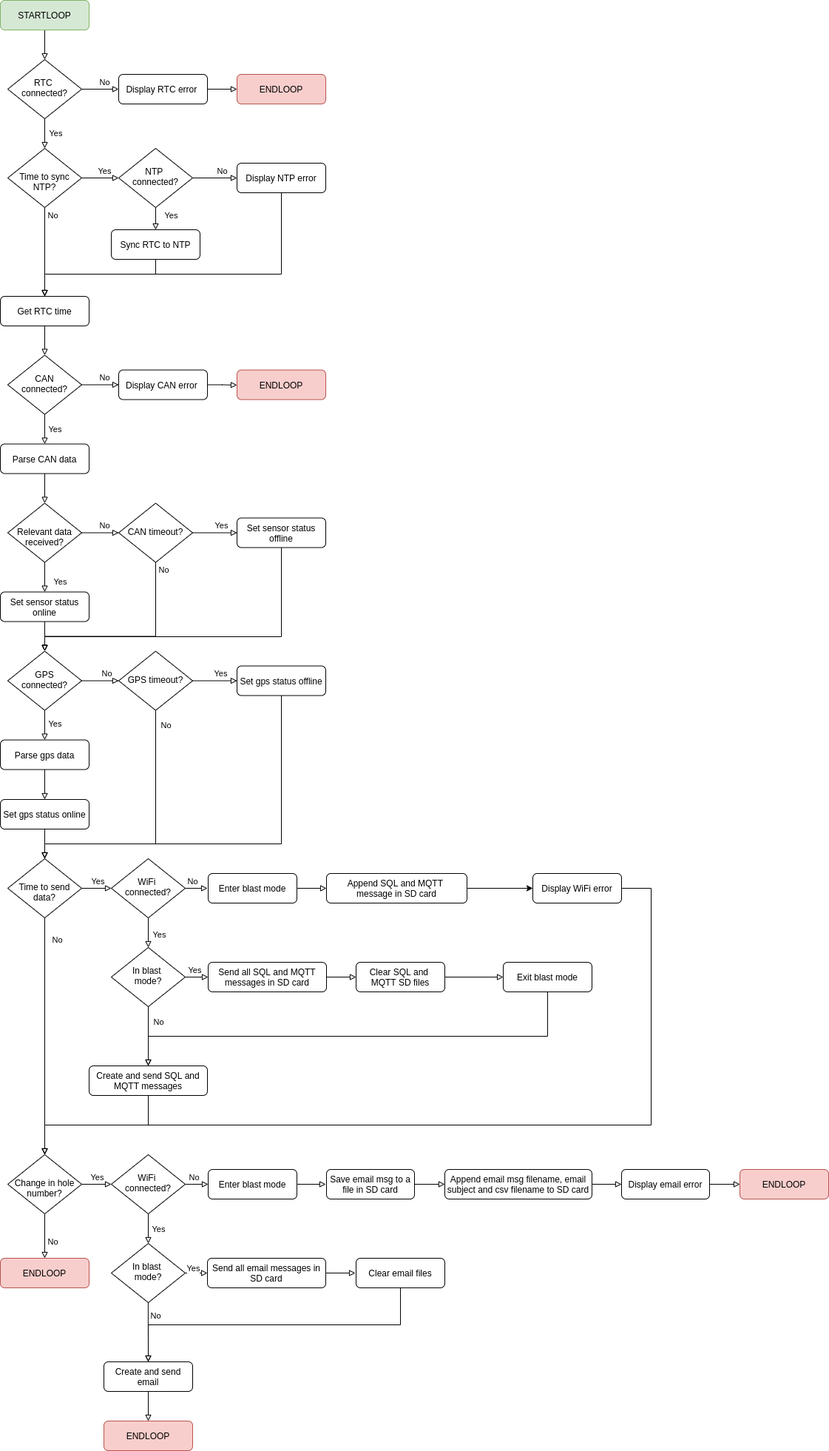
Above: HDB_IoT_flowchart.png in kaitlynng/HDB_IoT (draw.io), before the change. Source tidied: cells renumbered, new cells last; positions are measured from the earlier drawing's top-left corner, leaving out a move shared by most shapes.
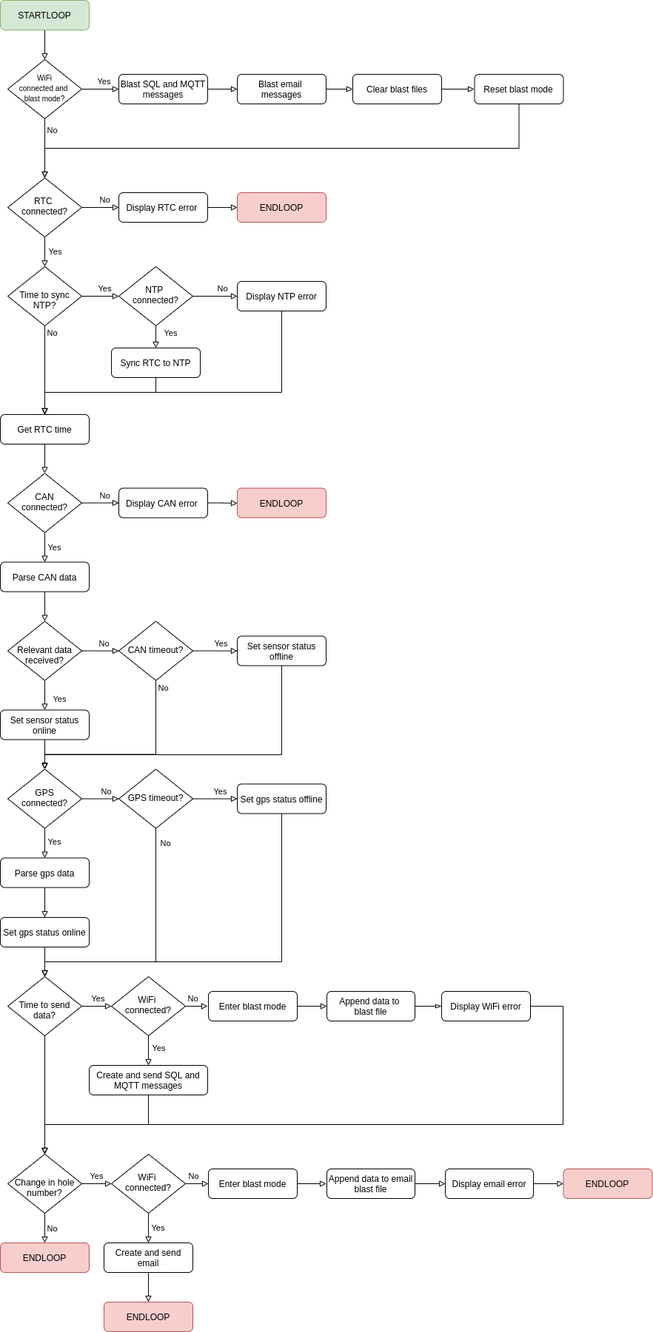
Later version of the same file.

The edit, as a diff of the source:
```diff
@@ -4,7 +4,7 @@
     <mxCell id="1" parent="0" />
-    <mxCell id="2" style="edgeStyle=orthogonalEdgeStyle;rounded=0;jettySize=auto;html=1;entryX=0.5;entryY=0;entryDx=0;entryDy=0;endArrow=block;endFill=0;" parent="1" edge="1" source="3" target="8">
-      <mxGeometry relative="1" as="geometry" />
-    </mxCell>
+    <mxCell id="129" style="edgeStyle=orthogonalEdgeStyle;rounded=0;jettySize=auto;html=1;entryX=0.5;entryY=0;entryDx=0;entryDy=0;endArrow=block;endFill=0;" parent="1" edge="1" source="3" target="136">
+      <mxGeometry relative="1" as="geometry" />
+    </mxCell>
     <mxCell id="3" value="STARTLOOP" style="rounded=1;whiteSpace=wrap;html=1;fontSize=12;glass=0;strokeWidth=1;shadow=0;fillColor=#d5e8d4;strokeColor=#82b366;" parent="1" vertex="1">
-      <mxGeometry width="120" height="40" as="geometry" />
+      <mxGeometry y="-160" width="120" height="40" as="geometry" />
     </mxCell>
@@ -229,16 +229,8 @@
     </mxCell>
-    <mxCell id="57" style="edgeStyle=orthogonalEdgeStyle;rounded=0;jettySize=auto;html=1;entryX=0;entryY=0.5;entryDx=0;entryDy=0;" parent="1" edge="1" source="58" target="106">
+    <mxCell id="57" style="edgeStyle=orthogonalEdgeStyle;rounded=0;jettySize=auto;html=1;entryX=0;entryY=0.5;entryDx=0;entryDy=0;endArrow=blockThin;endFill=0;" parent="1" edge="1" source="58" target="106">
       <mxGeometry relative="1" as="geometry" />
     </mxCell>
-    <mxCell id="58" value="Append SQL and MQTT &lt;br&gt;message in SD card" style="rounded=1;whiteSpace=wrap;html=1;fontSize=12;glass=0;strokeWidth=1;shadow=0;" parent="1" vertex="1">
-      <mxGeometry x="441" y="1180" width="190" height="40" as="geometry" />
+    <mxCell id="58" value="Append data to &lt;br&gt;blast file" style="rounded=1;whiteSpace=wrap;html=1;fontSize=12;glass=0;strokeWidth=1;shadow=0;" parent="1" vertex="1">
+      <mxGeometry x="441" y="1180" width="119" height="40" as="geometry" />
     </mxCell>
-    <mxCell id="59" style="edgeStyle=orthogonalEdgeStyle;rounded=0;jettySize=auto;html=1;entryX=0.5;entryY=0;entryDx=0;entryDy=0;endArrow=block;endFill=0;" parent="1" edge="1" source="63" target="104">
-      <mxGeometry relative="1" as="geometry" />
-    </mxCell>
-    <mxCell id="60" value="Yes" style="edgeLabel;html=1;align=center;verticalAlign=middle;" parent="59" vertex="1">
-      <mxGeometry x="0.73" y="-1" relative="1" as="geometry">
-        <mxPoint x="15" y="-13" as="offset" />
-      </mxGeometry>
-    </mxCell>
     <mxCell id="61" style="edgeStyle=orthogonalEdgeStyle;rounded=0;jettySize=auto;html=1;endArrow=block;endFill=0;" parent="1" edge="1" source="63">
@@ -253,2 +245,10 @@
     </mxCell>
+    <mxCell id="130" style="edgeStyle=orthogonalEdgeStyle;rounded=0;jettySize=auto;html=1;exitX=0.5;exitY=1;exitDx=0;exitDy=0;entryX=0.5;entryY=0;entryDx=0;entryDy=0;endArrow=block;endFill=0;" parent="1" edge="1" source="63" target="110">
+      <mxGeometry relative="1" as="geometry" />
+    </mxCell>
+    <mxCell id="131" value="Yes" style="edgeLabel;html=1;align=center;verticalAlign=middle;" parent="130" vertex="1">
+      <mxGeometry x="-0.18" relative="1" as="geometry">
+        <mxPoint x="14" as="offset" />
+      </mxGeometry>
+    </mxCell>
     <mxCell id="63" value="&lt;br&gt;WiFi &lt;br&gt;connected?&lt;br&gt;&lt;br&gt;" style="rhombus;whiteSpace=wrap;html=1;shadow=0;fontFamily=Helvetica;fontSize=12;align=center;strokeWidth=1;spacing=6;spacingTop=-4;" parent="1" vertex="1">
@@ -256,14 +256,2 @@
     </mxCell>
-    <mxCell id="64" style="edgeStyle=orthogonalEdgeStyle;rounded=0;jettySize=auto;html=1;entryX=0;entryY=0.5;entryDx=0;entryDy=0;endArrow=block;endFill=0;" parent="1" edge="1" source="65" target="67">
-      <mxGeometry relative="1" as="geometry" />
-    </mxCell>
-    <mxCell id="65" value="Send all SQL and MQTT messages in SD card" style="rounded=1;whiteSpace=wrap;html=1;fontSize=12;glass=0;strokeWidth=1;shadow=0;" parent="1" vertex="1">
-      <mxGeometry x="281" y="1300" width="160" height="40" as="geometry" />
-    </mxCell>
-    <mxCell id="66" style="edgeStyle=orthogonalEdgeStyle;rounded=0;jettySize=auto;html=1;entryX=0;entryY=0.5;entryDx=0;entryDy=0;endArrow=block;endFill=0;" parent="1" edge="1" source="67" target="108">
-      <mxGeometry relative="1" as="geometry" />
-    </mxCell>
-    <mxCell id="67" value="Clear SQL and &lt;br&gt;MQTT SD files" style="rounded=1;whiteSpace=wrap;html=1;fontSize=12;glass=0;strokeWidth=1;shadow=0;" parent="1" vertex="1">
-      <mxGeometry x="481" y="1300" width="120" height="40" as="geometry" />
-    </mxCell>
     <mxCell id="68" style="edgeStyle=orthogonalEdgeStyle;rounded=0;jettySize=auto;html=1;endArrow=block;endFill=0;entryX=0.5;entryY=0;entryDx=0;entryDy=0;" parent="1" edge="1" source="72" target="96">
@@ -285,3 +273,3 @@
     <mxCell id="72" value="&lt;br&gt;Change in hole number?" style="rhombus;whiteSpace=wrap;html=1;shadow=0;fontFamily=Helvetica;fontSize=12;align=center;strokeWidth=1;spacing=6;spacingTop=-4;" parent="1" vertex="1">
-      <mxGeometry x="10" y="1560" width="100" height="80" as="geometry" />
+      <mxGeometry x="10" y="1400" width="100" height="80" as="geometry" />
     </mxCell>
@@ -358,9 +346,3 @@
     </mxCell>
-    <mxCell id="89" style="edgeStyle=orthogonalEdgeStyle;rounded=0;jettySize=auto;html=1;entryX=0;entryY=0.5;entryDx=0;entryDy=0;endArrow=block;endFill=0;" parent="1" edge="1" source="90" target="125">
-      <mxGeometry relative="1" as="geometry" />
-    </mxCell>
-    <mxCell id="90" value="Append email msg filename, email subject and csv filename to SD card" style="rounded=1;whiteSpace=wrap;html=1;fontSize=12;glass=0;strokeWidth=1;shadow=0;" parent="1" vertex="1">
-      <mxGeometry x="601" y="1580" width="199" height="40" as="geometry" />
-    </mxCell>
-    <mxCell id="91" style="edgeStyle=orthogonalEdgeStyle;rounded=0;jettySize=auto;html=1;entryX=0.5;entryY=0;entryDx=0;entryDy=0;endArrow=block;endFill=0;" parent="1" edge="1" source="95" target="123">
+    <mxCell id="91" style="edgeStyle=orthogonalEdgeStyle;rounded=0;jettySize=auto;html=1;endArrow=block;endFill=0;" parent="1" edge="1" source="95" target="127">
       <mxGeometry relative="1" as="geometry" />
@@ -381,9 +363,9 @@
     <mxCell id="95" value="&lt;br&gt;WiFi &lt;br&gt;connected?&lt;br&gt;&lt;br&gt;" style="rhombus;whiteSpace=wrap;html=1;shadow=0;fontFamily=Helvetica;fontSize=12;align=center;strokeWidth=1;spacing=6;spacingTop=-4;" parent="1" vertex="1">
-      <mxGeometry x="150" y="1560" width="100" height="80" as="geometry" />
+      <mxGeometry x="150" y="1400" width="100" height="80" as="geometry" />
     </mxCell>
     <mxCell id="96" value="ENDLOOP" style="rounded=1;whiteSpace=wrap;html=1;fontSize=12;glass=0;strokeWidth=1;shadow=0;fillColor=#f8cecc;strokeColor=#b85450;" parent="1" vertex="1">
-      <mxGeometry y="1700" width="120" height="40" as="geometry" />
+      <mxGeometry y="1520" width="120" height="40" as="geometry" />
     </mxCell>
     <mxCell id="97" value="ENDLOOP" style="rounded=1;whiteSpace=wrap;html=1;fontSize=12;glass=0;strokeWidth=1;shadow=0;fillColor=#f8cecc;strokeColor=#b85450;" parent="1" vertex="1">
-      <mxGeometry x="140" y="1920" width="120" height="40" as="geometry" />
+      <mxGeometry x="140" y="1600" width="120" height="40" as="geometry" />
     </mxCell>
@@ -395,28 +377,9 @@
     </mxCell>
-    <mxCell id="100" style="edgeStyle=orthogonalEdgeStyle;rounded=0;jettySize=auto;html=1;entryX=0;entryY=0.5;entryDx=0;entryDy=0;endArrow=block;endFill=0;" parent="1" edge="1" source="104" target="65">
-      <mxGeometry relative="1" as="geometry" />
-    </mxCell>
-    <mxCell id="101" value="Yes" style="edgeLabel;html=1;align=center;verticalAlign=middle;" parent="100" vertex="1">
-      <mxGeometry x="0.83" relative="1" as="geometry">
-        <mxPoint x="-15" y="-10" as="offset" />
-      </mxGeometry>
-    </mxCell>
-    <mxCell id="102" style="edgeStyle=orthogonalEdgeStyle;rounded=0;jettySize=auto;html=1;entryX=0.5;entryY=0;entryDx=0;entryDy=0;endArrow=block;endFill=0;" parent="1" edge="1" source="104" target="110">
-      <mxGeometry relative="1" as="geometry" />
-    </mxCell>
-    <mxCell id="103" value="No" style="edgeLabel;html=1;align=center;verticalAlign=middle;" parent="102" vertex="1">
-      <mxGeometry x="0.71" relative="1" as="geometry">
-        <mxPoint x="13" y="-48" as="offset" />
-      </mxGeometry>
-    </mxCell>
-    <mxCell id="104" value="In blast &lt;br&gt;mode?" style="rhombus;whiteSpace=wrap;html=1;shadow=0;fontFamily=Helvetica;fontSize=12;align=center;strokeWidth=1;spacing=6;spacingTop=-4;" parent="1" vertex="1">
-      <mxGeometry x="150" y="1280" width="100" height="80" as="geometry" />
-    </mxCell>
     <mxCell id="105" style="edgeStyle=orthogonalEdgeStyle;rounded=0;jettySize=auto;html=1;endArrow=block;endFill=0;" parent="1" edge="1" source="106">
       <mxGeometry relative="1" as="geometry">
-        <mxPoint x="60" y="1560" as="targetPoint" />
+        <mxPoint x="60" y="1400" as="targetPoint" />
         <Array as="points">
-          <mxPoint x="880" y="1200" />
-          <mxPoint x="880" y="1520" />
-          <mxPoint x="60" y="1520" />
+          <mxPoint x="760" y="1200" />
+          <mxPoint x="760" y="1360" />
+          <mxPoint x="60" y="1360" />
         </Array>
@@ -425,15 +388,4 @@
     <mxCell id="106" value="Display WiFi error" style="rounded=1;whiteSpace=wrap;html=1;fontSize=12;glass=0;strokeWidth=1;shadow=0;" parent="1" vertex="1">
-      <mxGeometry x="720" y="1180" width="120" height="40" as="geometry" />
+      <mxGeometry x="596" y="1180" width="120" height="40" as="geometry" />
     </mxCell>
-    <mxCell id="107" style="edgeStyle=orthogonalEdgeStyle;rounded=0;jettySize=auto;html=1;entryX=0.5;entryY=0;entryDx=0;entryDy=0;endArrow=block;endFill=0;" parent="1" edge="1" source="108" target="110">
-      <mxGeometry relative="1" as="geometry">
-        <Array as="points">
-          <mxPoint x="740" y="1400" />
-          <mxPoint x="200" y="1400" />
-        </Array>
-      </mxGeometry>
-    </mxCell>
-    <mxCell id="108" value="Exit blast mode" style="rounded=1;whiteSpace=wrap;html=1;fontSize=12;glass=0;strokeWidth=1;shadow=0;" parent="1" vertex="1">
-      <mxGeometry x="680" y="1300" width="120" height="40" as="geometry" />
-    </mxCell>
     <mxCell id="109" style="edgeStyle=orthogonalEdgeStyle;rounded=0;jettySize=auto;html=1;entryX=0.5;entryY=0;entryDx=0;entryDy=0;endArrow=block;endFill=0;" parent="1" edge="1" source="110" target="72">
@@ -441,4 +393,4 @@
         <Array as="points">
-          <mxPoint x="200" y="1520" />
-          <mxPoint x="60" y="1520" />
+          <mxPoint x="200" y="1360" />
+          <mxPoint x="60" y="1360" />
         </Array>
@@ -447,27 +399,15 @@
     <mxCell id="110" value="Create and send SQL and MQTT messages" style="rounded=1;whiteSpace=wrap;html=1;fontSize=12;glass=0;strokeWidth=1;shadow=0;" parent="1" vertex="1">
-      <mxGeometry x="120" y="1440" width="160" height="40" as="geometry" />
+      <mxGeometry x="120" y="1280" width="160" height="40" as="geometry" />
     </mxCell>
-    <mxCell id="111" style="edgeStyle=orthogonalEdgeStyle;rounded=0;jettySize=auto;html=1;entryX=0;entryY=0.5;entryDx=0;entryDy=0;endArrow=block;endFill=0;" parent="1" edge="1" source="112" target="90">
-      <mxGeometry relative="1" as="geometry" />
+    <mxCell id="111" style="edgeStyle=orthogonalEdgeStyle;rounded=0;jettySize=auto;html=1;entryX=0;entryY=0.5;entryDx=0;entryDy=0;endArrow=block;endFill=0;" parent="1" edge="1" source="112">
+      <mxGeometry relative="1" as="geometry">
+        <mxPoint x="601" y="1440" as="targetPoint" />
+      </mxGeometry>
     </mxCell>
-    <mxCell id="112" value="Save email msg to a file in SD card" style="rounded=1;whiteSpace=wrap;html=1;fontSize=12;glass=0;strokeWidth=1;shadow=0;" parent="1" vertex="1">
-      <mxGeometry x="441" y="1580" width="119" height="40" as="geometry" />
+    <mxCell id="112" value="Append data to email blast file" style="rounded=1;whiteSpace=wrap;html=1;fontSize=12;glass=0;strokeWidth=1;shadow=0;" parent="1" vertex="1">
+      <mxGeometry x="441" y="1420" width="119" height="40" as="geometry" />
     </mxCell>
-    <mxCell id="113" style="edgeStyle=orthogonalEdgeStyle;rounded=0;jettySize=auto;html=1;endArrow=block;endFill=0;" parent="1" edge="1" source="114">
-      <mxGeometry relative="1" as="geometry">
-        <mxPoint x="480" y="1720" as="targetPoint" />
-      </mxGeometry>
-    </mxCell>
-    <mxCell id="114" value="Send all email messages in SD card" style="rounded=1;whiteSpace=wrap;html=1;fontSize=12;glass=0;strokeWidth=1;shadow=0;" parent="1" vertex="1">
-      <mxGeometry x="280" y="1700" width="160" height="40" as="geometry" />
-    </mxCell>
-    <mxCell id="115" style="edgeStyle=orthogonalEdgeStyle;rounded=0;jettySize=auto;html=1;exitX=0.5;exitY=1;exitDx=0;exitDy=0;entryX=0.5;entryY=0;entryDx=0;entryDy=0;endArrow=block;endFill=0;" parent="1" edge="1" source="116" target="127">
-      <mxGeometry relative="1" as="geometry" />
-    </mxCell>
-    <mxCell id="116" value="Clear email files" style="rounded=1;whiteSpace=wrap;html=1;fontSize=12;glass=0;strokeWidth=1;shadow=0;" parent="1" vertex="1">
-      <mxGeometry x="481" y="1700" width="120" height="40" as="geometry" />
-    </mxCell>
     <mxCell id="117" style="edgeStyle=orthogonalEdgeStyle;rounded=0;jettySize=auto;html=1;endArrow=block;endFill=0;" parent="1" edge="1" source="118">
       <mxGeometry relative="1" as="geometry">
-        <mxPoint x="440" y="1600" as="targetPoint" />
+        <mxPoint x="440" y="1440" as="targetPoint" />
       </mxGeometry>
@@ -475,25 +415,4 @@
     <mxCell id="118" value="Enter blast mode" style="rounded=1;whiteSpace=wrap;html=1;fontSize=12;glass=0;strokeWidth=1;shadow=0;" parent="1" vertex="1">
-      <mxGeometry x="281" y="1580" width="120" height="40" as="geometry" />
+      <mxGeometry x="281" y="1420" width="120" height="40" as="geometry" />
     </mxCell>
-    <mxCell id="119" style="edgeStyle=orthogonalEdgeStyle;rounded=0;jettySize=auto;html=1;entryX=0;entryY=0.5;entryDx=0;entryDy=0;endArrow=block;endFill=0;" parent="1" edge="1" source="123" target="114">
-      <mxGeometry relative="1" as="geometry" />
-    </mxCell>
-    <mxCell id="120" value="Yes" style="edgeLabel;html=1;align=center;verticalAlign=middle;" parent="119" vertex="1">
-      <mxGeometry x="0.8" y="1" relative="1" as="geometry">
-        <mxPoint x="-15" y="-6" as="offset" />
-      </mxGeometry>
-    </mxCell>
-    <mxCell id="121" style="edgeStyle=orthogonalEdgeStyle;rounded=0;jettySize=auto;html=1;endArrow=block;endFill=0;entryX=0.5;entryY=0;entryDx=0;entryDy=0;" parent="1" edge="1" target="127">
-      <mxGeometry relative="1" as="geometry">
-        <mxPoint x="199.9" y="1730" as="sourcePoint" />
-      </mxGeometry>
-    </mxCell>
-    <mxCell id="122" value="No" style="edgeLabel;html=1;align=center;verticalAlign=middle;" parent="121" vertex="1">
-      <mxGeometry x="-0.15" y="1" relative="1" as="geometry">
-        <mxPoint x="9" as="offset" />
-      </mxGeometry>
-    </mxCell>
-    <mxCell id="123" value="In blast &lt;br&gt;mode?" style="rhombus;whiteSpace=wrap;html=1;shadow=0;fontFamily=Helvetica;fontSize=12;align=center;strokeWidth=1;spacing=6;spacingTop=-4;" parent="1" vertex="1">
-      <mxGeometry x="150" y="1680" width="100" height="80" as="geometry" />
-    </mxCell>
     <mxCell id="124" style="edgeStyle=orthogonalEdgeStyle;rounded=0;jettySize=auto;html=1;entryX=0;entryY=0.5;entryDx=0;entryDy=0;endArrow=block;endFill=0;" parent="1" edge="1" source="125" target="128">
@@ -502,3 +421,3 @@
     <mxCell id="125" value="Display email error" style="rounded=1;whiteSpace=wrap;html=1;fontSize=12;glass=0;strokeWidth=1;shadow=0;" parent="1" vertex="1">
-      <mxGeometry x="840" y="1580" width="119" height="40" as="geometry" />
+      <mxGeometry x="601" y="1420" width="119" height="40" as="geometry" />
     </mxCell>
@@ -508,7 +427,59 @@
     <mxCell id="127" value="Create and send email" style="rounded=1;whiteSpace=wrap;html=1;fontSize=12;glass=0;strokeWidth=1;shadow=0;" parent="1" vertex="1">
-      <mxGeometry x="140" y="1840" width="120" height="40" as="geometry" />
+      <mxGeometry x="140" y="1520" width="120" height="40" as="geometry" />
     </mxCell>
     <mxCell id="128" value="ENDLOOP" style="rounded=1;whiteSpace=wrap;html=1;fontSize=12;glass=0;strokeWidth=1;shadow=0;fillColor=#f8cecc;strokeColor=#b85450;" parent="1" vertex="1">
-      <mxGeometry x="1000" y="1580" width="120" height="40" as="geometry" />
+      <mxGeometry x="760.5" y="1420" width="120" height="40" as="geometry" />
     </mxCell>
+    <mxCell id="132" style="edgeStyle=orthogonalEdgeStyle;rounded=0;jettySize=auto;html=1;exitX=1;exitY=0.5;exitDx=0;exitDy=0;entryX=0;entryY=0.5;entryDx=0;entryDy=0;endArrow=block;endFill=0;" parent="1" edge="1" source="136" target="138">
+      <mxGeometry relative="1" as="geometry" />
+    </mxCell>
+    <mxCell id="133" value="Yes" style="edgeLabel;html=1;align=center;verticalAlign=middle;" parent="132" vertex="1">
+      <mxGeometry x="0.31" y="-1" relative="1" as="geometry">
+        <mxPoint x="-3" y="-11" as="offset" />
+      </mxGeometry>
+    </mxCell>
+    <mxCell id="134" style="edgeStyle=orthogonalEdgeStyle;rounded=0;jettySize=auto;html=1;endArrow=block;endFill=0;" parent="1" edge="1" source="136">
+      <mxGeometry relative="1" as="geometry">
+        <mxPoint x="60" y="80" as="targetPoint" />
+      </mxGeometry>
+    </mxCell>
+    <mxCell id="135" value="No" style="edgeLabel;html=1;align=center;verticalAlign=middle;" parent="134" vertex="1">
+      <mxGeometry x="-0.62" relative="1" as="geometry">
+        <mxPoint x="10" as="offset" />
+      </mxGeometry>
+    </mxCell>
+    <mxCell id="136" value="&lt;font style=&quot;font-size: 10px&quot;&gt;WiFi&lt;br&gt;connected and &lt;br&gt;blast mode?&lt;/font&gt;" style="rhombus;whiteSpace=wrap;html=1;shadow=0;fontFamily=Helvetica;fontSize=12;align=center;strokeWidth=1;spacing=6;spacingTop=-4;" parent="1" vertex="1">
+      <mxGeometry x="10" y="-80" width="100" height="80" as="geometry" />
+    </mxCell>
+    <mxCell id="137" style="edgeStyle=orthogonalEdgeStyle;rounded=0;jettySize=auto;html=1;endArrow=block;endFill=0;" parent="1" edge="1" source="138" target="140">
+      <mxGeometry relative="1" as="geometry" />
+    </mxCell>
+    <mxCell id="138" value="Blast SQL and MQTT messages" style="rounded=1;whiteSpace=wrap;html=1;fontSize=12;glass=0;strokeWidth=1;shadow=0;" parent="1" vertex="1">
+      <mxGeometry x="160" y="-60" width="120" height="40" as="geometry" />
+    </mxCell>
+    <mxCell id="139" style="edgeStyle=orthogonalEdgeStyle;rounded=0;jettySize=auto;html=1;entryX=0;entryY=0.5;entryDx=0;entryDy=0;endArrow=block;endFill=0;" parent="1" edge="1" source="140" target="142">
+      <mxGeometry relative="1" as="geometry" />
+    </mxCell>
+    <mxCell id="140" value="Blast email &lt;br&gt;messages" style="rounded=1;whiteSpace=wrap;html=1;fontSize=12;glass=0;strokeWidth=1;shadow=0;" parent="1" vertex="1">
+      <mxGeometry x="320" y="-60" width="120" height="40" as="geometry" />
+    </mxCell>
+    <mxCell id="141" style="edgeStyle=orthogonalEdgeStyle;rounded=0;jettySize=auto;html=1;endArrow=block;endFill=0;" parent="1" edge="1" source="142">
+      <mxGeometry relative="1" as="geometry">
+        <mxPoint x="640" y="-40" as="targetPoint" />
+      </mxGeometry>
+    </mxCell>
+    <mxCell id="142" value="Clear blast files" style="rounded=1;whiteSpace=wrap;html=1;fontSize=12;glass=0;strokeWidth=1;shadow=0;" parent="1" vertex="1">
+      <mxGeometry x="476" y="-60" width="120" height="40" as="geometry" />
+    </mxCell>
+    <mxCell id="143" style="edgeStyle=orthogonalEdgeStyle;rounded=0;jettySize=auto;html=1;entryX=0.5;entryY=0;entryDx=0;entryDy=0;endArrow=block;endFill=0;" parent="1" edge="1" source="144" target="8">
+      <mxGeometry relative="1" as="geometry">
+        <Array as="points">
+          <mxPoint x="700" y="40" />
+          <mxPoint x="60" y="40" />
+        </Array>
+      </mxGeometry>
+    </mxCell>
+    <mxCell id="144" value="Reset blast mode" style="rounded=1;whiteSpace=wrap;html=1;fontSize=12;glass=0;strokeWidth=1;shadow=0;" parent="1" vertex="1">
+      <mxGeometry x="640.5" y="-60" width="120" height="40" as="geometry" />
+    </mxCell>
   </root>
```
